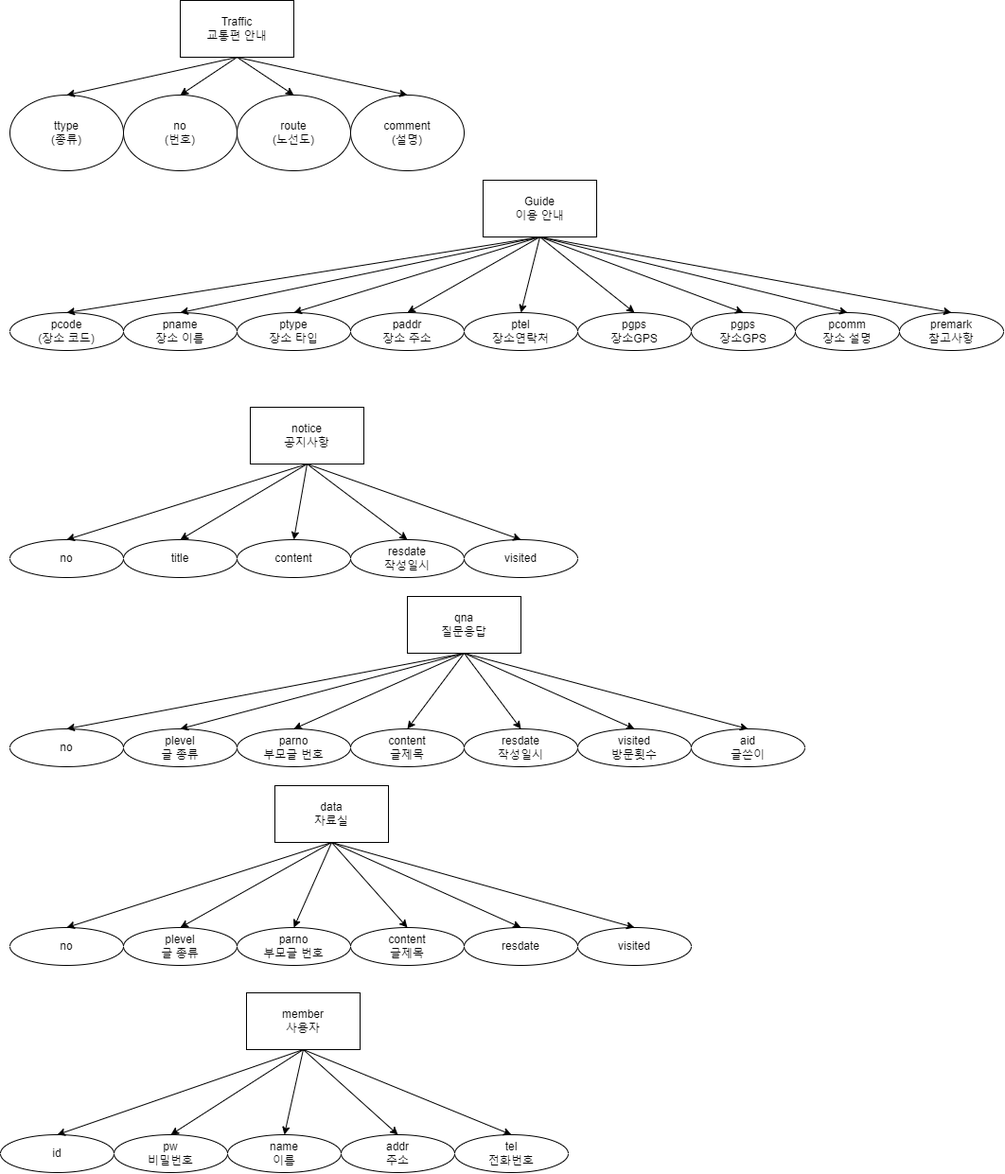
Before: design/info_erd.drawio.png, a diagram exported from draw.io (imagine9977/project1). Source tidied: cells renumbered, new cells last; positions are measured from the earlier drawing's top-left corner, leaving out a move shared by most shapes.
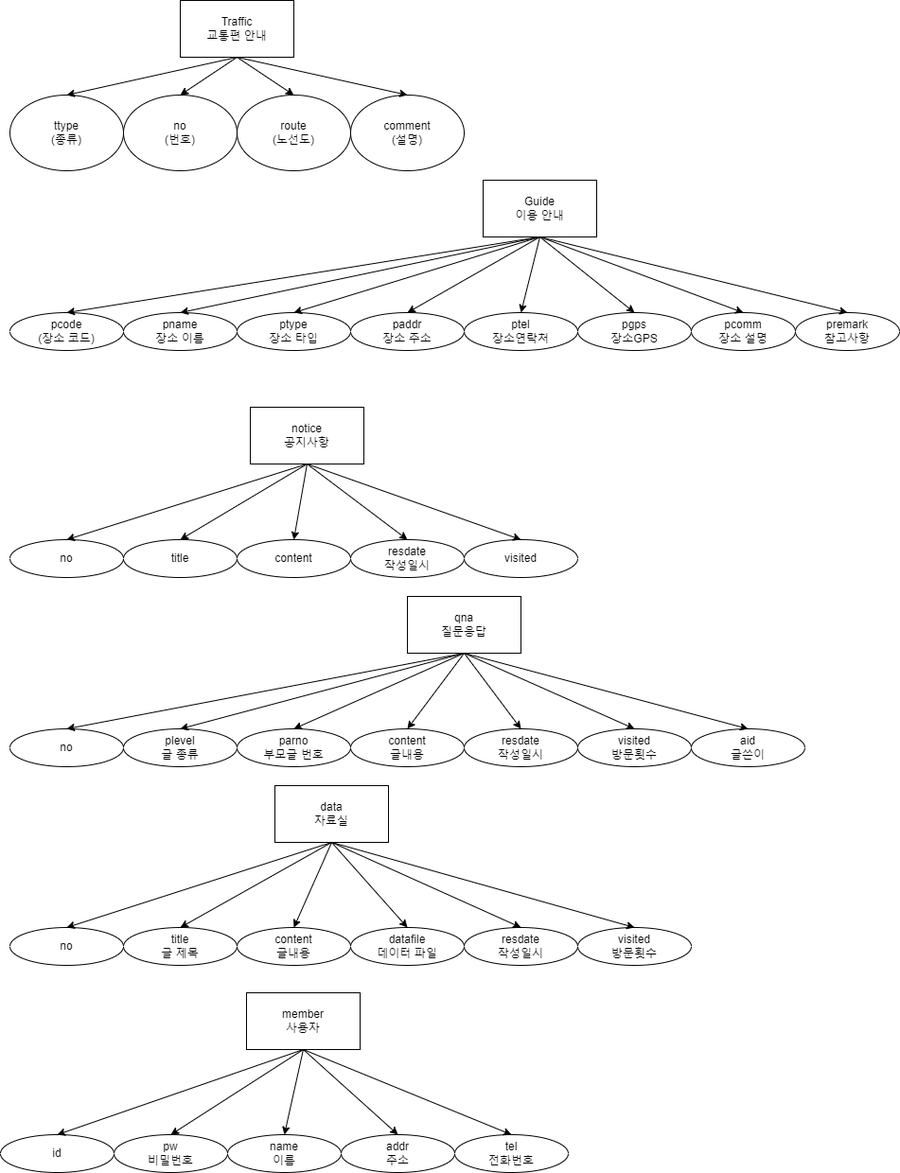
Later version of the same file.

The edit, as a diff of the source:
```diff
@@ -64,14 +64,11 @@
     <mxCell id="21" value="&lt;div&gt;pgps&lt;/div&gt;장소GPS" style="ellipse;whiteSpace=wrap;html=1;" parent="1" vertex="1">
       <mxGeometry x="610" y="330" width="120" height="40" as="geometry" />
     </mxCell>
-    <mxCell id="22" value="&lt;div&gt;pgps&lt;/div&gt;장소GPS" style="ellipse;whiteSpace=wrap;html=1;" parent="1" vertex="1">
-      <mxGeometry x="730" y="330" width="110" height="40" as="geometry" />
-    </mxCell>
     <mxCell id="23" value="pcomm&lt;div&gt;&lt;/div&gt;&lt;div&gt;장소 설명&lt;/div&gt;" style="ellipse;whiteSpace=wrap;html=1;" parent="1" vertex="1">
-      <mxGeometry x="840" y="330" width="110" height="40" as="geometry" />
+      <mxGeometry x="730" y="330" width="110" height="40" as="geometry" />
     </mxCell>
     <mxCell id="24" value="premark&lt;div&gt;참고사항&lt;/div&gt;" style="ellipse;whiteSpace=wrap;html=1;" parent="1" vertex="1">
-      <mxGeometry x="950" y="330" width="110" height="40" as="geometry" />
+      <mxGeometry x="840" y="330" width="110" height="40" as="geometry" />
     </mxCell>
     <mxCell id="25" style="endArrow=classic;html=1;rounded=0;entryX=0.5;entryY=0;entryDx=0;entryDy=0;exitX=0.5;exitY=1;exitDx=0;exitDy=0;" parent="1" edge="1" source="11" target="20">
       <mxGeometry relative="1" as="geometry" />
@@ -79,9 +76,6 @@
     <mxCell id="26" style="endArrow=classic;html=1;rounded=0;entryX=0.5;entryY=0;entryDx=0;entryDy=0;exitX=0.5;exitY=1;exitDx=0;exitDy=0;" parent="1" edge="1" source="11" target="21">
       <mxGeometry relative="1" as="geometry" />
     </mxCell>
-    <mxCell id="27" style="endArrow=classic;html=1;rounded=0;entryX=0.5;entryY=0;entryDx=0;entryDy=0;exitX=0.5;exitY=1;exitDx=0;exitDy=0;" parent="1" edge="1" source="11" target="22">
-      <mxGeometry relative="1" as="geometry" />
-    </mxCell>
     <mxCell id="28" style="endArrow=classic;html=1;rounded=0;entryX=0.5;entryY=0;entryDx=0;entryDy=0;exitX=0.5;exitY=1;exitDx=0;exitDy=0;" parent="1" edge="1" source="11" target="23">
       <mxGeometry relative="1" as="geometry" />
     </mxCell>
@@ -133,7 +127,7 @@
     <mxCell id="44" value="parno&lt;div&gt;부모글 번호&lt;/div&gt;" style="ellipse;whiteSpace=wrap;html=1;" parent="1" vertex="1">
       <mxGeometry x="250" y="770" width="120" height="40" as="geometry" />
     </mxCell>
-    <mxCell id="45" value="&lt;div&gt;content&lt;/div&gt;&lt;div&gt;글제목&lt;/div&gt;" style="ellipse;whiteSpace=wrap;html=1;" parent="1" vertex="1">
+    <mxCell id="45" value="&lt;div&gt;content&lt;/div&gt;&lt;div&gt;글내용&lt;/div&gt;" style="ellipse;whiteSpace=wrap;html=1;" parent="1" vertex="1">
       <mxGeometry x="370" y="770" width="120" height="40" as="geometry" />
     </mxCell>
     <mxCell id="46" style="endArrow=classic;html=1;rounded=0;exitX=0.5;exitY=1;exitDx=0;exitDy=0;entryX=0.5;entryY=0;entryDx=0;entryDy=0;" parent="1" edge="1" source="41" target="42">
@@ -172,13 +166,13 @@
     <mxCell id="57" value="no" style="ellipse;whiteSpace=wrap;html=1;" parent="1" vertex="1">
       <mxGeometry x="10" y="980" width="120" height="40" as="geometry" />
     </mxCell>
-    <mxCell id="58" value="plevel&lt;div&gt;글 종류&lt;/div&gt;" style="ellipse;whiteSpace=wrap;html=1;" parent="1" vertex="1">
+    <mxCell id="58" value="title&lt;div&gt;글 제목&lt;/div&gt;" style="ellipse;whiteSpace=wrap;html=1;" parent="1" vertex="1">
       <mxGeometry x="130" y="980" width="120" height="40" as="geometry" />
     </mxCell>
-    <mxCell id="59" value="parno&lt;div&gt;부모글 번호&lt;/div&gt;" style="ellipse;whiteSpace=wrap;html=1;" parent="1" vertex="1">
+    <mxCell id="59" value="content&lt;div&gt;글내용&lt;/div&gt;" style="ellipse;whiteSpace=wrap;html=1;" parent="1" vertex="1">
       <mxGeometry x="250" y="980" width="120" height="40" as="geometry" />
     </mxCell>
-    <mxCell id="60" value="&lt;div&gt;content&lt;/div&gt;&lt;div&gt;글제목&lt;/div&gt;" style="ellipse;whiteSpace=wrap;html=1;" parent="1" vertex="1">
+    <mxCell id="60" value="&lt;div&gt;datafile&lt;/div&gt;&lt;div&gt;데이터 파일&lt;/div&gt;" style="ellipse;whiteSpace=wrap;html=1;" parent="1" vertex="1">
       <mxGeometry x="370" y="980" width="120" height="40" as="geometry" />
     </mxCell>
     <mxCell id="61" style="endArrow=classic;html=1;rounded=0;exitX=0.5;exitY=1;exitDx=0;exitDy=0;entryX=0.5;entryY=0;entryDx=0;entryDy=0;" parent="1" edge="1" source="56" target="57">
@@ -193,10 +187,10 @@
     <mxCell id="64" style="endArrow=classic;html=1;rounded=0;entryX=0.5;entryY=0;entryDx=0;entryDy=0;exitX=0.5;exitY=1;exitDx=0;exitDy=0;" parent="1" edge="1" source="56" target="59">
       <mxGeometry relative="1" as="geometry" />
     </mxCell>
-    <mxCell id="65" value="resdate" style="ellipse;whiteSpace=wrap;html=1;" parent="1" vertex="1">
+    <mxCell id="65" value="resdate&lt;div&gt;작성일시&lt;/div&gt;" style="ellipse;whiteSpace=wrap;html=1;" parent="1" vertex="1">
       <mxGeometry x="490" y="980" width="120" height="40" as="geometry" />
     </mxCell>
-    <mxCell id="66" value="visited" style="ellipse;whiteSpace=wrap;html=1;" parent="1" vertex="1">
+    <mxCell id="66" value="visited&lt;div&gt;방문횟수&lt;/div&gt;" style="ellipse;whiteSpace=wrap;html=1;" parent="1" vertex="1">
       <mxGeometry x="610" y="980" width="120" height="40" as="geometry" />
     </mxCell>
     <mxCell id="67" style="endArrow=classic;html=1;rounded=0;entryX=0.5;entryY=0;entryDx=0;entryDy=0;exitX=0.5;exitY=1;exitDx=0;exitDy=0;" parent="1" edge="1" source="56" target="65">
```
